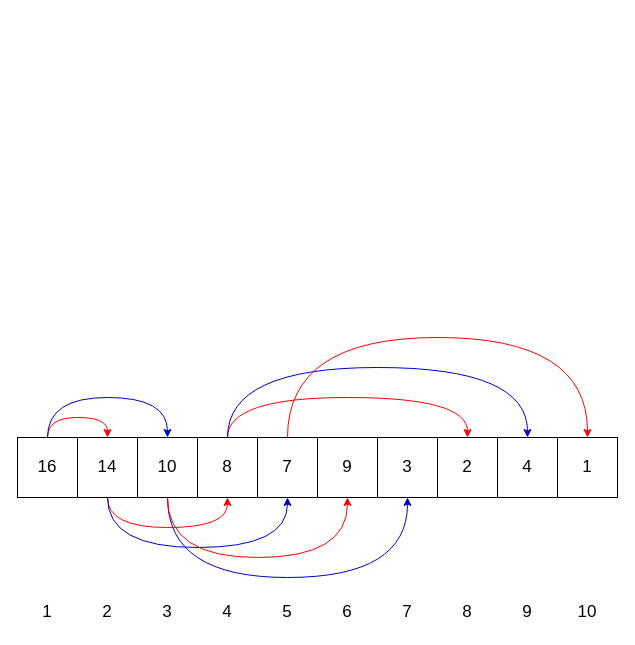
liuxinyu95/AlgoXY keeps this draw.io diagram as page "Binary Tree in Array" (1 of 11) of datastruct/heap/binary-heap/img/bheap.drawio. Above is the earlier version. Source tidied: cells renumbered, new cells numbered last; positions are measured from the earlier drawing's top-left corner, leaving out a move shared by most shapes. Both pictures are drawn from the tidied source at 100%, with x=0, y=0 at pixel (17, 337).
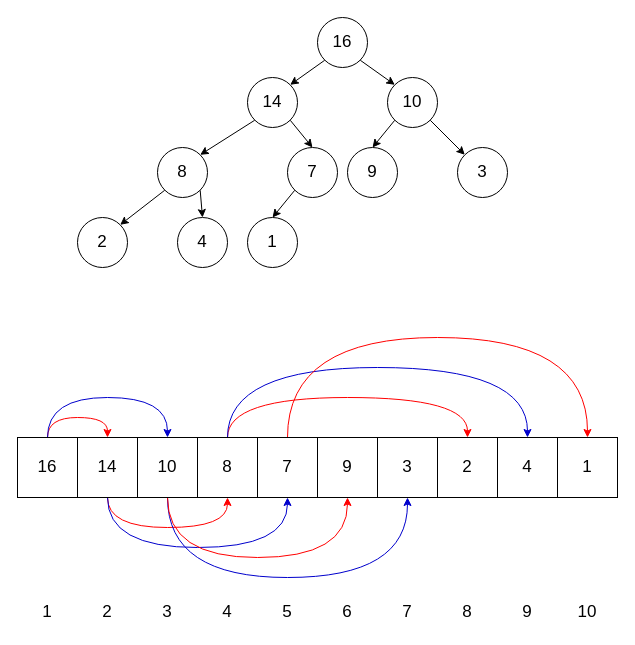
After the change.

The edit, as a diff of the source:
```diff
@@
+    <mxCell id="31" style="rounded=0;jettySize=auto;html=1;exitX=0;exitY=1;exitDx=0;exitDy=0;entryX=1;entryY=0;entryDx=0;entryDy=0;fontSize=17;" parent="1" edge="1" source="33" target="36">
+      <mxGeometry relative="1" as="geometry" />
+    </mxCell>
+    <mxCell id="32" style="edgeStyle=none;rounded=0;jettySize=auto;html=1;exitX=1;exitY=1;exitDx=0;exitDy=0;entryX=0;entryY=0;entryDx=0;entryDy=0;fontSize=17;" parent="1" edge="1" source="33" target="39">
+      <mxGeometry relative="1" as="geometry" />
+    </mxCell>
+    <mxCell id="33" value="16" style="ellipse;whiteSpace=wrap;html=1;fontSize=17;" parent="1" vertex="1">
+      <mxGeometry x="300" y="-320" width="50" height="50" as="geometry" />
+    </mxCell>
+    <mxCell id="34" style="edgeStyle=none;rounded=0;jettySize=auto;html=1;exitX=0;exitY=1;exitDx=0;exitDy=0;entryX=1;entryY=0;entryDx=0;entryDy=0;fontSize=17;" parent="1" edge="1" source="36" target="42">
+      <mxGeometry relative="1" as="geometry" />
+    </mxCell>
+    <mxCell id="35" style="edgeStyle=none;rounded=0;jettySize=auto;html=1;exitX=1;exitY=1;exitDx=0;exitDy=0;entryX=0.5;entryY=0;entryDx=0;entryDy=0;fontSize=17;" parent="1" edge="1" source="36" target="44">
+      <mxGeometry relative="1" as="geometry" />
+    </mxCell>
+    <mxCell id="36" value="14" style="ellipse;whiteSpace=wrap;html=1;fontSize=17;" parent="1" vertex="1">
+      <mxGeometry x="230" y="-260" width="50" height="50" as="geometry" />
+    </mxCell>
+    <mxCell id="37" style="edgeStyle=none;rounded=0;jettySize=auto;html=1;exitX=0;exitY=1;exitDx=0;exitDy=0;entryX=0.5;entryY=0;entryDx=0;entryDy=0;fontSize=17;" parent="1" edge="1" source="39" target="45">
+      <mxGeometry relative="1" as="geometry" />
+    </mxCell>
+    <mxCell id="38" style="edgeStyle=none;rounded=0;jettySize=auto;html=1;exitX=1;exitY=1;exitDx=0;exitDy=0;entryX=0;entryY=0;entryDx=0;entryDy=0;fontSize=17;" parent="1" edge="1" source="39" target="46">
+      <mxGeometry relative="1" as="geometry" />
+    </mxCell>
+    <mxCell id="39" value="10" style="ellipse;whiteSpace=wrap;html=1;fontSize=17;" parent="1" vertex="1">
+      <mxGeometry x="370" y="-260" width="50" height="50" as="geometry" />
+    </mxCell>
+    <mxCell id="40" style="edgeStyle=none;rounded=0;jettySize=auto;html=1;exitX=0;exitY=1;exitDx=0;exitDy=0;entryX=1;entryY=0;entryDx=0;entryDy=0;fontSize=17;" parent="1" edge="1" source="42" target="47">
+      <mxGeometry relative="1" as="geometry" />
+    </mxCell>
+    <mxCell id="41" style="edgeStyle=none;rounded=0;jettySize=auto;html=1;exitX=1;exitY=1;exitDx=0;exitDy=0;entryX=0.5;entryY=0;entryDx=0;entryDy=0;fontSize=17;" parent="1" edge="1" source="42" target="48">
+      <mxGeometry relative="1" as="geometry" />
+    </mxCell>
+    <mxCell id="42" value="8" style="ellipse;whiteSpace=wrap;html=1;fontSize=17;" parent="1" vertex="1">
+      <mxGeometry x="140" y="-190" width="50" height="50" as="geometry" />
+    </mxCell>
+    <mxCell id="43" style="edgeStyle=none;rounded=0;jettySize=auto;html=1;exitX=0;exitY=1;exitDx=0;exitDy=0;entryX=0.5;entryY=0;entryDx=0;entryDy=0;fontSize=17;" parent="1" edge="1" source="44" target="49">
+      <mxGeometry relative="1" as="geometry" />
+    </mxCell>
+    <mxCell id="44" value="7" style="ellipse;whiteSpace=wrap;html=1;fontSize=17;" parent="1" vertex="1">
+      <mxGeometry x="270" y="-190" width="50" height="50" as="geometry" />
+    </mxCell>
+    <mxCell id="45" value="9" style="ellipse;whiteSpace=wrap;html=1;fontSize=17;" parent="1" vertex="1">
+      <mxGeometry x="330" y="-190" width="50" height="50" as="geometry" />
+    </mxCell>
+    <mxCell id="46" value="3" style="ellipse;whiteSpace=wrap;html=1;fontSize=17;" parent="1" vertex="1">
+      <mxGeometry x="440" y="-190" width="50" height="50" as="geometry" />
+    </mxCell>
+    <mxCell id="47" value="2" style="ellipse;whiteSpace=wrap;html=1;fontSize=17;" parent="1" vertex="1">
+      <mxGeometry x="60" y="-120" width="50" height="50" as="geometry" />
+    </mxCell>
+    <mxCell id="48" value="4" style="ellipse;whiteSpace=wrap;html=1;fontSize=17;" parent="1" vertex="1">
+      <mxGeometry x="160" y="-120" width="50" height="50" as="geometry" />
+    </mxCell>
+    <mxCell id="49" value="1" style="ellipse;whiteSpace=wrap;html=1;fontSize=17;" parent="1" vertex="1">
+      <mxGeometry x="230" y="-120" width="50" height="50" as="geometry" />
+    </mxCell>
```
